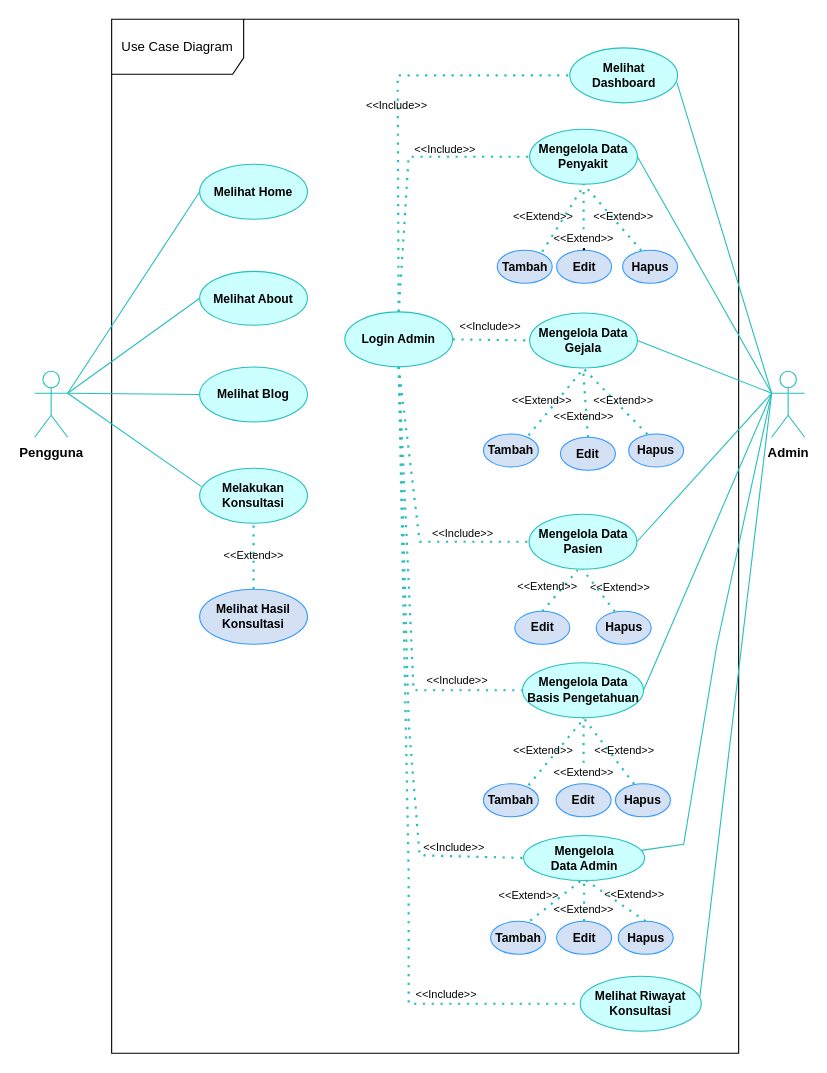
This is page "Use Case" (1 of 32) of Diagram Tanpa Judul.drawio from RyanRamadhan11/drawio, a draw.io file, before an edit. Source tidied: cells renumbered, new cells numbered last; positions are measured from the earlier drawing's top-left corner, leaving out a move shared by most shapes. Both pictures are drawn from the tidied source at 110%, with x=0, y=0 at pixel (34, 19).
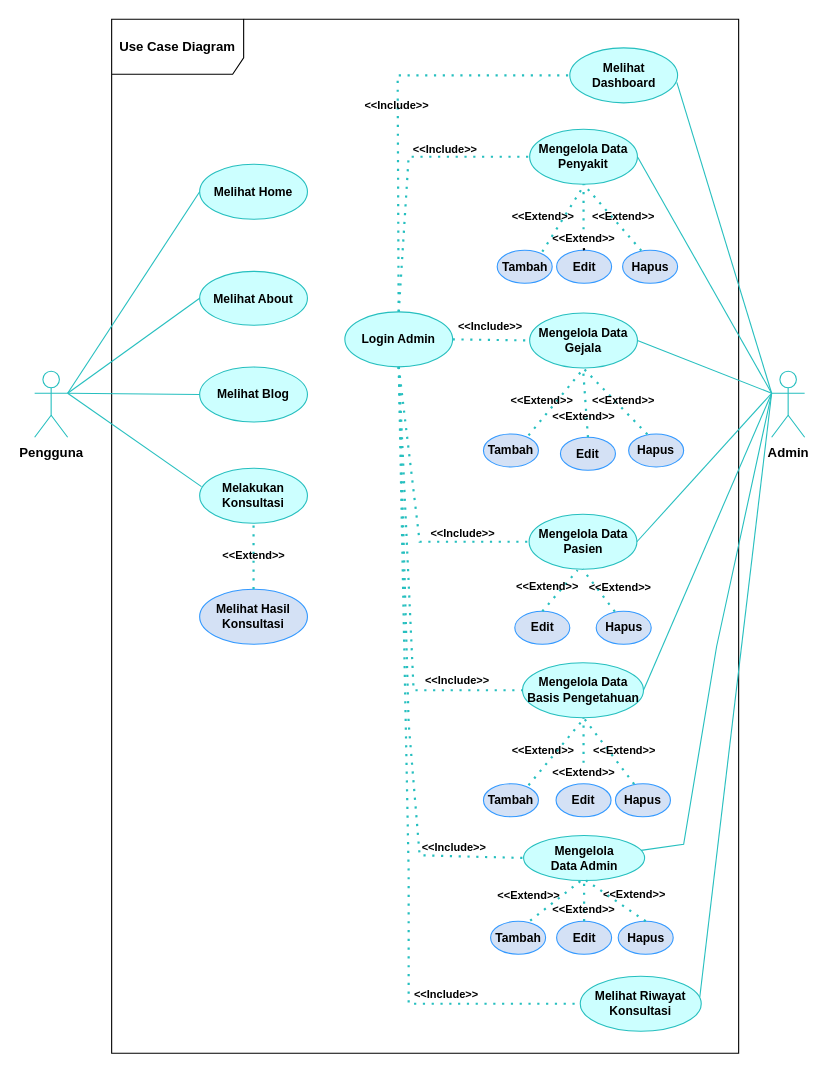
The same page after the edit.

The edit, as a diff of the source:
```diff
@@
-    <mxCell id="2" value="Use Case Diagram" style="shape=umlFrame;whiteSpace=wrap;html=1;width=120;height=50;rounded=0;" parent="1" vertex="1">
+    <mxCell id="2" value="&lt;b&gt;Use Case Diagram&lt;/b&gt;" style="shape=umlFrame;whiteSpace=wrap;html=1;width=120;height=50;rounded=0;" parent="1" vertex="1">
       <mxGeometry x="70" width="570" height="940" as="geometry" />
     </mxCell>
@@
-    <mxCell id="15" value="&lt;font style=&quot;font-size: 10px;&quot;&gt;&amp;lt;&amp;lt;Extend&amp;gt;&amp;gt;&lt;/font&gt;" style="text;html=1;strokeColor=none;fillColor=none;align=center;verticalAlign=middle;whiteSpace=wrap;rounded=0;fontStyle=0;fontSize=10;" parent="1" vertex="1">
+    <mxCell id="15" value="&lt;font style=&quot;font-size: 10px;&quot;&gt;&amp;lt;&amp;lt;Extend&amp;gt;&amp;gt;&lt;/font&gt;" style="text;html=1;strokeColor=none;fillColor=none;align=center;verticalAlign=middle;whiteSpace=wrap;rounded=0;fontStyle=1;fontSize=10;" parent="1" vertex="1">
       <mxGeometry x="164.5" y="479.2" width="69" height="15" as="geometry" />
     </mxCell>
@@
-    <mxCell id="36" value="&lt;font style=&quot;font-size: 10px;&quot;&gt;&amp;lt;&amp;lt;Extend&amp;gt;&amp;gt;&lt;/font&gt;" style="text;html=1;strokeColor=none;fillColor=none;align=center;verticalAlign=middle;whiteSpace=wrap;rounded=0;fontStyle=0;fontSize=10;" parent="1" vertex="1">
+    <mxCell id="36" value="&lt;font style=&quot;font-size: 10px;&quot;&gt;&amp;lt;&amp;lt;Extend&amp;gt;&amp;gt;&lt;/font&gt;" style="text;html=1;strokeColor=none;fillColor=none;align=center;verticalAlign=middle;whiteSpace=wrap;rounded=0;fontStyle=1;fontSize=10;" parent="1" vertex="1">
       <mxGeometry x="427.5" y="171" width="69" height="15" as="geometry" />
     </mxCell>
@@
-    <mxCell id="38" value="&lt;font style=&quot;font-size: 10px;&quot;&gt;&amp;lt;&amp;lt;Extend&amp;gt;&amp;gt;&lt;/font&gt;" style="text;html=1;strokeColor=none;fillColor=none;align=center;verticalAlign=middle;whiteSpace=wrap;rounded=0;fontStyle=0;fontSize=10;" parent="1" vertex="1">
+    <mxCell id="38" value="&lt;font style=&quot;font-size: 10px;&quot;&gt;&amp;lt;&amp;lt;Extend&amp;gt;&amp;gt;&lt;/font&gt;" style="text;html=1;strokeColor=none;fillColor=none;align=center;verticalAlign=middle;whiteSpace=wrap;rounded=0;fontStyle=1;fontSize=10;" parent="1" vertex="1">
       <mxGeometry x="464.5" y="191" width="69" height="15" as="geometry" />
     </mxCell>
-    <mxCell id="39" value="&lt;font style=&quot;font-size: 10px;&quot;&gt;&amp;lt;&amp;lt;Extend&amp;gt;&amp;gt;&lt;/font&gt;" style="text;html=1;strokeColor=none;fillColor=none;align=center;verticalAlign=middle;whiteSpace=wrap;rounded=0;fontStyle=0;fontSize=10;" parent="1" vertex="1">
+    <mxCell id="39" value="&lt;font style=&quot;font-size: 10px;&quot;&gt;&amp;lt;&amp;lt;Extend&amp;gt;&amp;gt;&lt;/font&gt;" style="text;html=1;strokeColor=none;fillColor=none;align=center;verticalAlign=middle;whiteSpace=wrap;rounded=0;fontStyle=1;fontSize=10;" parent="1" vertex="1">
       <mxGeometry x="500.5" y="171" width="69" height="15" as="geometry" />
     </mxCell>
@@
-    <mxCell id="46" value="&lt;font style=&quot;font-size: 10px;&quot;&gt;&amp;lt;&amp;lt;Extend&amp;gt;&amp;gt;&lt;/font&gt;" style="text;html=1;strokeColor=none;fillColor=none;align=center;verticalAlign=middle;whiteSpace=wrap;rounded=0;fontStyle=0;fontSize=10;" parent="1" vertex="1">
+    <mxCell id="46" value="&lt;font style=&quot;font-size: 10px;&quot;&gt;&amp;lt;&amp;lt;Extend&amp;gt;&amp;gt;&lt;/font&gt;" style="text;html=1;strokeColor=none;fillColor=none;align=center;verticalAlign=middle;whiteSpace=wrap;rounded=0;fontStyle=1;fontSize=10;" parent="1" vertex="1">
       <mxGeometry x="427" y="338" width="69" height="15" as="geometry" />
     </mxCell>
-    <mxCell id="47" value="&lt;font style=&quot;font-size: 10px;&quot;&gt;&amp;lt;&amp;lt;Extend&amp;gt;&amp;gt;&lt;/font&gt;" style="text;html=1;strokeColor=none;fillColor=none;align=center;verticalAlign=middle;whiteSpace=wrap;rounded=0;fontStyle=0;fontSize=10;" parent="1" vertex="1">
+    <mxCell id="47" value="&lt;font style=&quot;font-size: 10px;&quot;&gt;&amp;lt;&amp;lt;Extend&amp;gt;&amp;gt;&lt;/font&gt;" style="text;html=1;strokeColor=none;fillColor=none;align=center;verticalAlign=middle;whiteSpace=wrap;rounded=0;fontStyle=1;fontSize=10;" parent="1" vertex="1">
       <mxGeometry x="464.5" y="353" width="69" height="15" as="geometry" />
     </mxCell>
-    <mxCell id="48" value="&lt;font style=&quot;font-size: 10px;&quot;&gt;&amp;lt;&amp;lt;Extend&amp;gt;&amp;gt;&lt;/font&gt;" style="text;html=1;strokeColor=none;fillColor=none;align=center;verticalAlign=middle;whiteSpace=wrap;rounded=0;fontStyle=0;fontSize=10;" parent="1" vertex="1">
+    <mxCell id="48" value="&lt;font style=&quot;font-size: 10px;&quot;&gt;&amp;lt;&amp;lt;Extend&amp;gt;&amp;gt;&lt;/font&gt;" style="text;html=1;strokeColor=none;fillColor=none;align=center;verticalAlign=middle;whiteSpace=wrap;rounded=0;fontStyle=1;fontSize=10;" parent="1" vertex="1">
       <mxGeometry x="501" y="338" width="69" height="15" as="geometry" />
     </mxCell>
@@
-    <mxCell id="50" value="&lt;font style=&quot;font-size: 10px;&quot;&gt;&amp;lt;&amp;lt;Extend&amp;gt;&amp;gt;&lt;/font&gt;" style="text;html=1;strokeColor=none;fillColor=none;align=center;verticalAlign=middle;whiteSpace=wrap;rounded=0;fontStyle=0;fontSize=10;" parent="1" vertex="1">
+    <mxCell id="50" value="&lt;font style=&quot;font-size: 10px;&quot;&gt;&amp;lt;&amp;lt;Extend&amp;gt;&amp;gt;&lt;/font&gt;" style="text;html=1;strokeColor=none;fillColor=none;align=center;verticalAlign=middle;whiteSpace=wrap;rounded=0;fontStyle=1;fontSize=10;" parent="1" vertex="1">
       <mxGeometry x="498" y="508" width="69" height="15" as="geometry" />
     </mxCell>
@@
-    <mxCell id="52" value="&lt;font style=&quot;font-size: 10px;&quot;&gt;&amp;lt;&amp;lt;Extend&amp;gt;&amp;gt;&lt;/font&gt;" style="text;html=1;strokeColor=none;fillColor=none;align=center;verticalAlign=middle;whiteSpace=wrap;rounded=0;fontStyle=0;fontSize=10;" parent="1" vertex="1">
+    <mxCell id="52" value="&lt;font style=&quot;font-size: 10px;&quot;&gt;&amp;lt;&amp;lt;Extend&amp;gt;&amp;gt;&lt;/font&gt;" style="text;html=1;strokeColor=none;fillColor=none;align=center;verticalAlign=middle;whiteSpace=wrap;rounded=0;fontStyle=1;fontSize=10;" parent="1" vertex="1">
       <mxGeometry x="430.5" y="509" width="71" height="12" as="geometry" />
     </mxCell>
@@
-    <mxCell id="59" value="&lt;font style=&quot;font-size: 10px;&quot;&gt;&amp;lt;&amp;lt;Extend&amp;gt;&amp;gt;&lt;/font&gt;" style="text;html=1;strokeColor=none;fillColor=none;align=center;verticalAlign=middle;whiteSpace=wrap;rounded=0;fontStyle=0;fontSize=10;" parent="1" vertex="1">
+    <mxCell id="59" value="&lt;font style=&quot;font-size: 10px;&quot;&gt;&amp;lt;&amp;lt;Extend&amp;gt;&amp;gt;&lt;/font&gt;" style="text;html=1;strokeColor=none;fillColor=none;align=center;verticalAlign=middle;whiteSpace=wrap;rounded=0;fontStyle=1;fontSize=10;" parent="1" vertex="1">
       <mxGeometry x="427.5" y="656" width="69" height="15" as="geometry" />
     </mxCell>
-    <mxCell id="60" value="&lt;font style=&quot;font-size: 10px;&quot;&gt;&amp;lt;&amp;lt;Extend&amp;gt;&amp;gt;&lt;/font&gt;" style="text;html=1;strokeColor=none;fillColor=none;align=center;verticalAlign=middle;whiteSpace=wrap;rounded=0;fontStyle=0;fontSize=10;" parent="1" vertex="1">
+    <mxCell id="60" value="&lt;font style=&quot;font-size: 10px;&quot;&gt;&amp;lt;&amp;lt;Extend&amp;gt;&amp;gt;&lt;/font&gt;" style="text;html=1;strokeColor=none;fillColor=none;align=center;verticalAlign=middle;whiteSpace=wrap;rounded=0;fontStyle=1;fontSize=10;" parent="1" vertex="1">
       <mxGeometry x="464.5" y="676" width="69" height="15" as="geometry" />
     </mxCell>
-    <mxCell id="61" value="&lt;font style=&quot;font-size: 10px;&quot;&gt;&amp;lt;&amp;lt;Extend&amp;gt;&amp;gt;&lt;/font&gt;" style="text;html=1;strokeColor=none;fillColor=none;align=center;verticalAlign=middle;whiteSpace=wrap;rounded=0;fontStyle=0;fontSize=10;" parent="1" vertex="1">
+    <mxCell id="61" value="&lt;font style=&quot;font-size: 10px;&quot;&gt;&amp;lt;&amp;lt;Extend&amp;gt;&amp;gt;&lt;/font&gt;" style="text;html=1;strokeColor=none;fillColor=none;align=center;verticalAlign=middle;whiteSpace=wrap;rounded=0;fontStyle=1;fontSize=10;" parent="1" vertex="1">
       <mxGeometry x="501.5" y="656" width="69" height="15" as="geometry" />
     </mxCell>
@@
-    <mxCell id="64" value="&lt;font style=&quot;font-size: 10px;&quot;&gt;&amp;lt;&amp;lt;Include&amp;gt;&amp;gt;&lt;/font&gt;" style="text;html=1;strokeColor=none;fillColor=none;align=center;verticalAlign=middle;whiteSpace=wrap;rounded=0;fontStyle=0;fontSize=10;" parent="1" vertex="1">
+    <mxCell id="64" value="&lt;font style=&quot;font-size: 10px;&quot;&gt;&amp;lt;&amp;lt;Include&amp;gt;&amp;gt;&lt;/font&gt;" style="text;html=1;strokeColor=none;fillColor=none;align=center;verticalAlign=middle;whiteSpace=wrap;rounded=0;fontStyle=1;fontSize=10;" parent="1" vertex="1">
       <mxGeometry x="295" y="70" width="69" height="15" as="geometry" />
     </mxCell>
@@
-    <mxCell id="67" value="&lt;font style=&quot;font-size: 10px;&quot;&gt;&amp;lt;&amp;lt;Include&amp;gt;&amp;gt;&lt;/font&gt;" style="text;html=1;strokeColor=none;fillColor=none;align=center;verticalAlign=middle;whiteSpace=wrap;rounded=0;fontStyle=0;fontSize=10;" parent="1" vertex="1">
+    <mxCell id="67" value="&lt;font style=&quot;font-size: 10px;&quot;&gt;&amp;lt;&amp;lt;Include&amp;gt;&amp;gt;&lt;/font&gt;" style="text;html=1;strokeColor=none;fillColor=none;align=center;verticalAlign=middle;whiteSpace=wrap;rounded=0;fontStyle=1;fontSize=10;" parent="1" vertex="1">
       <mxGeometry x="339" y="110" width="69" height="15" as="geometry" />
     </mxCell>
-    <mxCell id="68" value="&lt;font style=&quot;font-size: 10px;&quot;&gt;&amp;lt;&amp;lt;Include&amp;gt;&amp;gt;&lt;/font&gt;" style="text;html=1;strokeColor=none;fillColor=none;align=center;verticalAlign=middle;whiteSpace=wrap;rounded=0;fontStyle=0;fontSize=10;" parent="1" vertex="1">
+    <mxCell id="68" value="&lt;font style=&quot;font-size: 10px;&quot;&gt;&amp;lt;&amp;lt;Include&amp;gt;&amp;gt;&lt;/font&gt;" style="text;html=1;strokeColor=none;fillColor=none;align=center;verticalAlign=middle;whiteSpace=wrap;rounded=0;fontStyle=1;fontSize=10;" parent="1" vertex="1">
       <mxGeometry x="380" y="271" width="69" height="15" as="geometry" />
     </mxCell>
@@
-    <mxCell id="72" value="&lt;font style=&quot;font-size: 10px;&quot;&gt;&amp;lt;&amp;lt;Include&amp;gt;&amp;gt;&lt;/font&gt;" style="text;html=1;strokeColor=none;fillColor=none;align=center;verticalAlign=middle;whiteSpace=wrap;rounded=0;fontStyle=0;fontSize=10;" parent="1" vertex="1">
+    <mxCell id="72" value="&lt;font style=&quot;font-size: 10px;&quot;&gt;&amp;lt;&amp;lt;Include&amp;gt;&amp;gt;&lt;/font&gt;" style="text;html=1;strokeColor=none;fillColor=none;align=center;verticalAlign=middle;whiteSpace=wrap;rounded=0;fontStyle=1;fontSize=10;" parent="1" vertex="1">
       <mxGeometry x="355" y="459" width="69" height="15" as="geometry" />
     </mxCell>
-    <mxCell id="73" value="&lt;font style=&quot;font-size: 10px;&quot;&gt;&amp;lt;&amp;lt;Include&amp;gt;&amp;gt;&lt;/font&gt;" style="text;html=1;strokeColor=none;fillColor=none;align=center;verticalAlign=middle;whiteSpace=wrap;rounded=0;fontStyle=0;fontSize=10;" parent="1" vertex="1">
+    <mxCell id="73" value="&lt;font style=&quot;font-size: 10px;&quot;&gt;&amp;lt;&amp;lt;Include&amp;gt;&amp;gt;&lt;/font&gt;" style="text;html=1;strokeColor=none;fillColor=none;align=center;verticalAlign=middle;whiteSpace=wrap;rounded=0;fontStyle=1;fontSize=10;" parent="1" vertex="1">
       <mxGeometry x="350" y="593" width="69" height="15" as="geometry" />
     </mxCell>
-    <mxCell id="74" value="&lt;font style=&quot;font-size: 10px;&quot;&gt;&amp;lt;&amp;lt;Include&amp;gt;&amp;gt;&lt;/font&gt;" style="text;html=1;strokeColor=none;fillColor=none;align=center;verticalAlign=middle;whiteSpace=wrap;rounded=0;fontStyle=0;fontSize=10;" parent="1" vertex="1">
+    <mxCell id="74" value="&lt;font style=&quot;font-size: 10px;&quot;&gt;&amp;lt;&amp;lt;Include&amp;gt;&amp;gt;&lt;/font&gt;" style="text;html=1;strokeColor=none;fillColor=none;align=center;verticalAlign=middle;whiteSpace=wrap;rounded=0;fontStyle=1;fontSize=10;" parent="1" vertex="1">
       <mxGeometry x="340" y="878" width="69" height="15" as="geometry" />
     </mxCell>
@@
-    <mxCell id="80" value="&lt;font style=&quot;font-size: 10px;&quot;&gt;&amp;lt;&amp;lt;Extend&amp;gt;&amp;gt;&lt;/font&gt;" style="text;html=1;strokeColor=none;fillColor=none;align=center;verticalAlign=middle;whiteSpace=wrap;rounded=0;fontStyle=0;fontSize=10;" parent="1" vertex="1">
+    <mxCell id="80" value="&lt;font style=&quot;font-size: 10px;&quot;&gt;&amp;lt;&amp;lt;Extend&amp;gt;&amp;gt;&lt;/font&gt;" style="text;html=1;strokeColor=none;fillColor=none;align=center;verticalAlign=middle;whiteSpace=wrap;rounded=0;fontStyle=1;fontSize=10;" parent="1" vertex="1">
       <mxGeometry x="464.5" y="801" width="69" height="15" as="geometry" />
     </mxCell>
-    <mxCell id="81" value="&lt;font style=&quot;font-size: 10px;&quot;&gt;&amp;lt;&amp;lt;Extend&amp;gt;&amp;gt;&lt;/font&gt;" style="text;html=1;strokeColor=none;fillColor=none;align=center;verticalAlign=middle;whiteSpace=wrap;rounded=0;fontStyle=0;fontSize=10;" parent="1" vertex="1">
+    <mxCell id="81" value="&lt;font style=&quot;font-size: 10px;&quot;&gt;&amp;lt;&amp;lt;Extend&amp;gt;&amp;gt;&lt;/font&gt;" style="text;html=1;strokeColor=none;fillColor=none;align=center;verticalAlign=middle;whiteSpace=wrap;rounded=0;fontStyle=1;fontSize=10;" parent="1" vertex="1">
       <mxGeometry x="510.5" y="787" width="69" height="15" as="geometry" />
     </mxCell>
@@
-    <mxCell id="84" value="&lt;font style=&quot;font-size: 10px;&quot;&gt;&amp;lt;&amp;lt;Extend&amp;gt;&amp;gt;&lt;/font&gt;" style="text;html=1;strokeColor=none;fillColor=none;align=center;verticalAlign=middle;whiteSpace=wrap;rounded=0;fontStyle=0;fontSize=10;" parent="1" vertex="1">
+    <mxCell id="84" value="&lt;font style=&quot;font-size: 10px;&quot;&gt;&amp;lt;&amp;lt;Extend&amp;gt;&amp;gt;&lt;/font&gt;" style="text;html=1;strokeColor=none;fillColor=none;align=center;verticalAlign=middle;whiteSpace=wrap;rounded=0;fontStyle=1;fontSize=10;" parent="1" vertex="1">
       <mxGeometry x="414.5" y="788" width="69" height="15" as="geometry" />
     </mxCell>
@@
-    <mxCell id="87" value="&lt;font style=&quot;font-size: 10px;&quot;&gt;&amp;lt;&amp;lt;Include&amp;gt;&amp;gt;&lt;/font&gt;" style="text;html=1;strokeColor=none;fillColor=none;align=center;verticalAlign=middle;whiteSpace=wrap;rounded=0;fontStyle=0;fontSize=10;" parent="1" vertex="1">
+    <mxCell id="87" value="&lt;font style=&quot;font-size: 10px;&quot;&gt;&amp;lt;&amp;lt;Include&amp;gt;&amp;gt;&lt;/font&gt;" style="text;html=1;strokeColor=none;fillColor=none;align=center;verticalAlign=middle;whiteSpace=wrap;rounded=0;fontStyle=1;fontSize=10;" parent="1" vertex="1">
       <mxGeometry x="347" y="745" width="69" height="15" as="geometry" />
     </mxCell>
```
